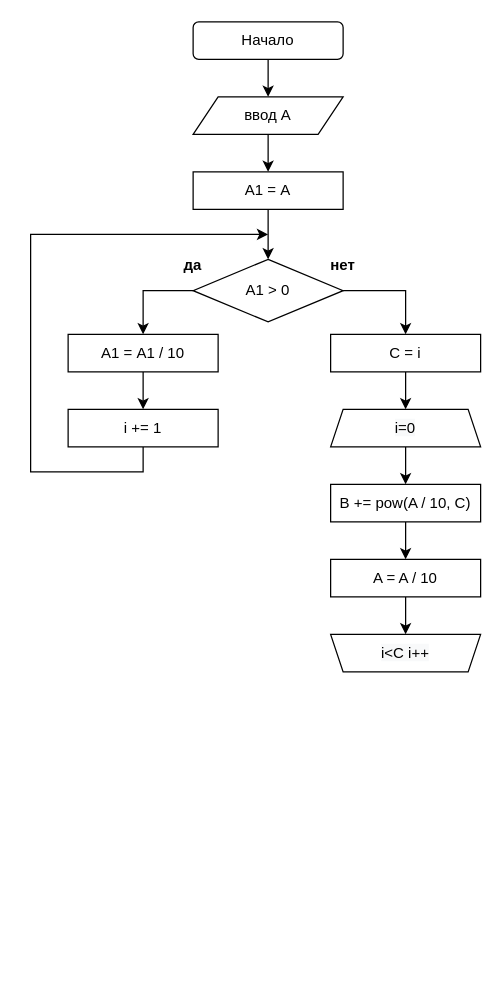
Earlier version of the draw.io diagram Untitled Diagram.drawio (Mikwall/HelloWorld). Source tidied: cells renumbered, new cells numbered last; positions are measured from the earlier drawing's top-left corner, leaving out a move shared by most shapes. Both pictures are drawn from the tidied source at 125%, with x=0, y=0 at pixel (30, 21).
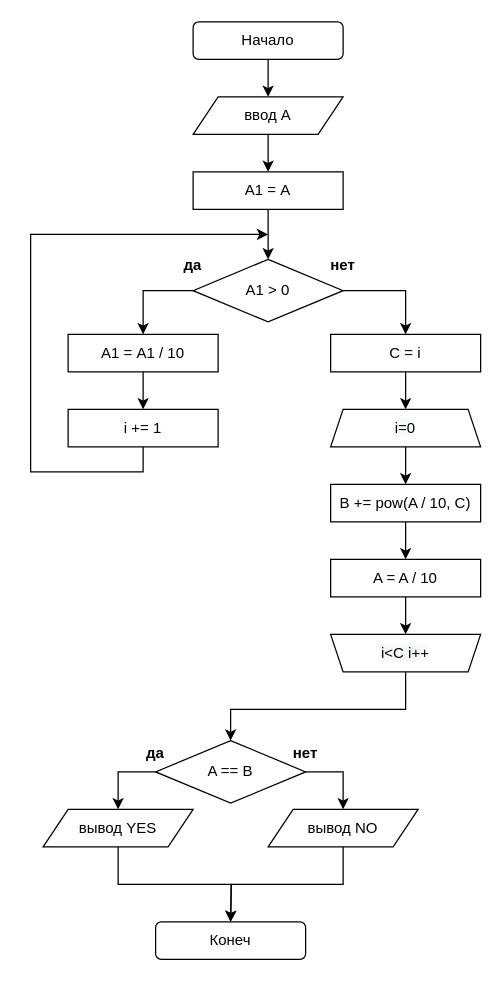
The same diagram, later.

The change refers to these unchanged cells:
```xml
<mxCell id="26" value="&#10;&#10;&lt;span style=&quot;color: rgb(0, 0, 0); font-family: helvetica; font-size: 12px; font-style: normal; font-weight: 400; letter-spacing: normal; text-align: center; text-indent: 0px; text-transform: none; word-spacing: 0px; background-color: rgb(248, 249, 250); display: inline; float: none;&quot;&gt;i&amp;lt;C i++&lt;/span&gt;&#10;&#10;" style="text;html=1;strokeColor=none;fillColor=none;align=center;verticalAlign=middle;whiteSpace=wrap;rounded=0;fontSize=12;" parent="1" vertex="1">
  <mxGeometry x="270" y="490" width="60" height="30" as="geometry" />
</mxCell>
```

Diff of the diagram source:
```diff
@@
+    <mxCell id="27" style="endArrow=classic;html=1;rounded=0;fontSize=12;edgeStyle=orthogonalEdgeStyle;exitX=0.5;exitY=1;exitDx=0;exitDy=0;entryX=0.5;entryY=0;entryDx=0;entryDy=0;" parent="1" edge="1" source="26" target="28">
+      <mxGeometry relative="1" as="geometry">
+        <Array as="points">
+          <mxPoint x="300" y="550" />
+          <mxPoint x="160" y="550" />
+        </Array>
+      </mxGeometry>
+    </mxCell>
+    <mxCell id="28" value="A == B" style="rhombus;whiteSpace=wrap;html=1;" parent="1" vertex="1">
+      <mxGeometry x="100" y="575" width="120" height="50" as="geometry" />
+    </mxCell>
+    <mxCell id="29" value="вывод NO" style="shape=parallelogram;perimeter=parallelogramPerimeter;whiteSpace=wrap;html=1;fixedSize=1;" parent="1" vertex="1">
+      <mxGeometry x="190" y="630" width="120" height="30" as="geometry" />
+    </mxCell>
+    <mxCell id="30" style="endArrow=classic;html=1;rounded=0;fontSize=12;edgeStyle=orthogonalEdgeStyle;exitX=1;exitY=0.5;exitDx=0;exitDy=0;entryX=0.5;entryY=0;entryDx=0;entryDy=0;" parent="1" edge="1" source="28" target="29">
+      <mxGeometry relative="1" as="geometry" />
+    </mxCell>
+    <mxCell id="31" style="endArrow=classic;html=1;rounded=0;fontSize=12;edgeStyle=orthogonalEdgeStyle;exitX=0;exitY=0.5;exitDx=0;exitDy=0;entryX=0.5;entryY=0;entryDx=0;entryDy=0;" parent="1" edge="1" source="28" target="32">
+      <mxGeometry relative="1" as="geometry" />
+    </mxCell>
+    <mxCell id="32" value="вывод YES" style="shape=parallelogram;perimeter=parallelogramPerimeter;whiteSpace=wrap;html=1;fixedSize=1;" parent="1" vertex="1">
+      <mxGeometry x="10" y="630" width="120" height="30" as="geometry" />
+    </mxCell>
+    <mxCell id="33" value="&lt;font style=&quot;font-size: 12px&quot;&gt;&lt;b&gt;нет&lt;/b&gt;&lt;/font&gt;" style="text;html=1;strokeColor=none;fillColor=none;align=center;verticalAlign=middle;whiteSpace=wrap;rounded=0;strokeWidth=5;" parent="1" vertex="1">
+      <mxGeometry x="190" y="570" width="60" height="30" as="geometry" />
+    </mxCell>
+    <mxCell id="34" value="&lt;font style=&quot;font-size: 12px&quot;&gt;&lt;b&gt;да&lt;/b&gt;&lt;/font&gt;" style="text;html=1;strokeColor=none;fillColor=none;align=center;verticalAlign=middle;whiteSpace=wrap;rounded=0;strokeWidth=5;" parent="1" vertex="1">
+      <mxGeometry x="70" y="570" width="60" height="30" as="geometry" />
+    </mxCell>
+    <mxCell id="35" style="endArrow=classic;html=1;rounded=0;fontSize=12;edgeStyle=orthogonalEdgeStyle;exitX=0.5;exitY=1;exitDx=0;exitDy=0;" parent="1" edge="1" source="29">
+      <mxGeometry relative="1" as="geometry">
+        <mxPoint x="160" y="720" as="targetPoint" />
+      </mxGeometry>
+    </mxCell>
+    <mxCell id="36" style="endArrow=classic;html=1;rounded=0;fontSize=12;edgeStyle=orthogonalEdgeStyle;exitX=0.5;exitY=1;exitDx=0;exitDy=0;" parent="1" edge="1" source="32">
+      <mxGeometry relative="1" as="geometry">
+        <mxPoint x="160" y="720" as="targetPoint" />
+      </mxGeometry>
+    </mxCell>
+    <mxCell id="37" value="Конеч" style="rounded=1;whiteSpace=wrap;html=1;" parent="1" vertex="1">
+      <mxGeometry x="100" y="720" width="120" height="30" as="geometry" />
+    </mxCell>
```
